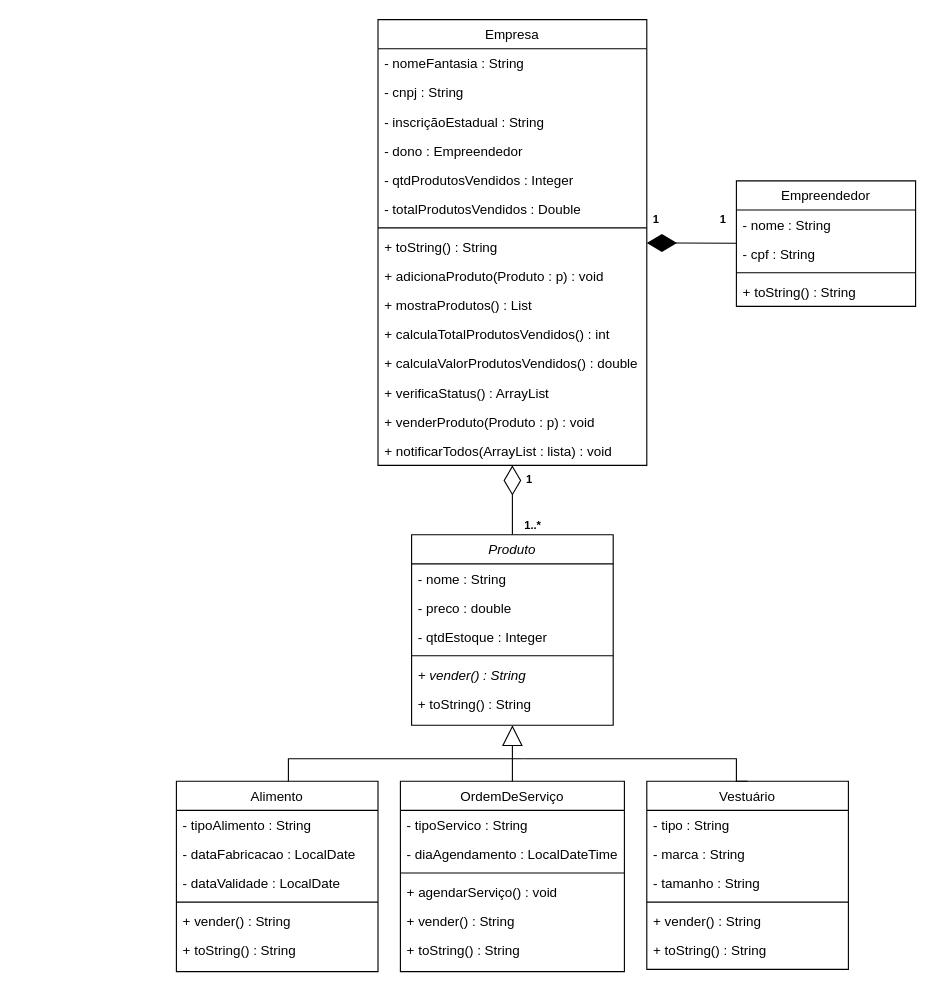
Earlier version of the draw.io diagram page "UML (ON)" (2 of 3) of Diagramas/UML/UML_Sollute.drawio (ogabrielalves/Sollute). Source tidied: cells renumbered, new cells numbered last; positions are measured from the earlier drawing's top-left corner, leaving out a move shared by most shapes. Both pictures are drawn from the tidied source at 112%, with x=0, y=0 at pixel (176, 19).
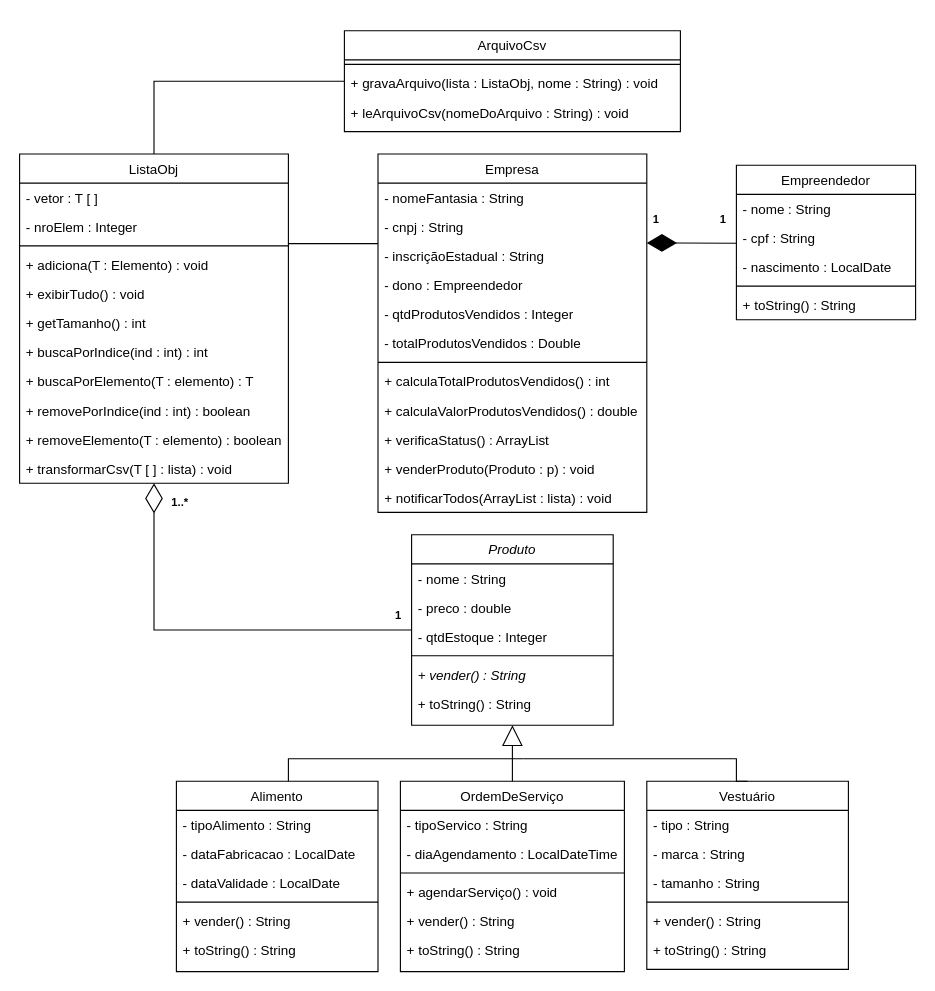
After the change.

Commit message (it also covers changes not shown here):
Adicinando classes ListaObj e ArquivoCsv no UML

Unchanged cells that the change refers to:
```xml
<mxCell id="36" value="- inscriçãoEstadual : String" style="text;align=left;verticalAlign=top;spacingLeft=4;spacingRight=4;overflow=hidden;points=[[0,0.5],[1,0.5]];portConstraint=eastwest;rounded=0;shadow=0;html=0;" parent="33" vertex="1">
  <mxGeometry y="78" width="240" height="26" as="geometry" />
</mxCell>
```

The edit, as a diff of the source:
```diff
@@
-    <mxCell id="23" style="endArrow=diamondThin;endFill=0;endSize=24;html=1;rounded=0;" parent="1" edge="1" source="50" target="33">
-      <mxGeometry relative="1" as="geometry" />
-    </mxCell>
-    <mxCell id="24" value="Empreendedor" style="swimlane;fontStyle=0;align=center;verticalAlign=top;horizontal=1;startSize=26;rounded=0;shadow=0;strokeWidth=1;" parent="1" vertex="1">
-      <mxGeometry x="500" y="144" width="160" height="112" as="geometry" />
-    </mxCell>
-    <mxCell id="25" value="- nome : String" style="text;align=left;verticalAlign=top;spacingLeft=4;spacingRight=4;overflow=hidden;" parent="24" vertex="1">
-      <mxGeometry y="26" width="160" height="26" as="geometry" />
-    </mxCell>
-    <mxCell id="26" value="- cpf : String" style="text;align=left;verticalAlign=top;spacingLeft=4;spacingRight=4;overflow=hidden;rounded=0;shadow=0;html=0;" parent="24" vertex="1">
-      <mxGeometry y="52" width="160" height="26" as="geometry" />
-    </mxCell>
-    <mxCell id="27" style="line;html=1;strokeWidth=1;align=left;verticalAlign=middle;spacingTop=-1;spacingLeft=3;spacingRight=3;labelPosition=right;" parent="24" vertex="1">
-      <mxGeometry y="78" width="160" height="8" as="geometry" />
-    </mxCell>
-    <mxCell id="28" value="+ toString() : String" style="text;align=left;verticalAlign=top;spacingLeft=4;spacingRight=4;overflow=hidden;fontStyle=0;" parent="24" vertex="1">
-      <mxGeometry y="86" width="160" height="26" as="geometry" />
-    </mxCell>
@@
-    <mxCell id="32" style="endArrow=diamondThin;endFill=1;endSize=24;html=1;rounded=0;" parent="1" edge="1" source="24" target="33">
-      <mxGeometry relative="1" as="geometry" />
+    <mxCell id="32" style="endArrow=diamondThin;endFill=1;endSize=24;html=1;rounded=0;" parent="1" edge="1">
+      <mxGeometry relative="1" as="geometry">
+        <mxPoint x="500" y="199.7" as="sourcePoint" />
+        <mxPoint x="420" y="199.4" as="targetPoint" />
+      </mxGeometry>
     </mxCell>
+    <mxCell id="50" value="Produto" style="swimlane;fontStyle=2;align=center;verticalAlign=top;horizontal=1;startSize=26;rounded=0;shadow=0;strokeWidth=1;" parent="1" vertex="1">
+      <mxGeometry x="210" y="460" width="180" height="170" as="geometry" />
+    </mxCell>
+    <mxCell id="51" value="- nome : String" style="text;align=left;verticalAlign=top;spacingLeft=4;spacingRight=4;overflow=hidden;" parent="50" vertex="1">
+      <mxGeometry y="26" width="180" height="26" as="geometry" />
+    </mxCell>
+    <mxCell id="52" value="- preco : double" style="text;align=left;verticalAlign=top;spacingLeft=4;spacingRight=4;overflow=hidden;rounded=0;shadow=0;html=0;" parent="50" vertex="1">
+      <mxGeometry y="52" width="180" height="26" as="geometry" />
+    </mxCell>
+    <mxCell id="53" value="- qtdEstoque : Integer" style="text;align=left;verticalAlign=top;spacingLeft=4;spacingRight=4;overflow=hidden;rounded=0;shadow=0;html=0;" parent="50" vertex="1">
+      <mxGeometry y="78" width="180" height="26" as="geometry" />
+    </mxCell>
+    <mxCell id="54" style="line;html=1;strokeWidth=1;align=left;verticalAlign=middle;spacingTop=-1;spacingLeft=3;spacingRight=3;labelPosition=right;" parent="50" vertex="1">
+      <mxGeometry y="104" width="180" height="8" as="geometry" />
+    </mxCell>
+    <mxCell id="55" value="+ vender() : String" style="text;align=left;verticalAlign=top;spacingLeft=4;spacingRight=4;overflow=hidden;fontStyle=2;" parent="50" vertex="1">
+      <mxGeometry y="112" width="180" height="26" as="geometry" />
+    </mxCell>
+    <mxCell id="56" value="+ toString() : String" style="text;align=left;verticalAlign=top;spacingLeft=4;spacingRight=4;overflow=hidden;fontStyle=0;" parent="50" vertex="1">
+      <mxGeometry y="138" width="180" height="26" as="geometry" />
+    </mxCell>
+    <mxCell id="58" value="1" style="text;html=1;align=center;verticalAlign=middle;strokeColor=none;fillColor=none;fontSize=10;fontStyle=1;" parent="1" vertex="1">
+      <mxGeometry x="420" y="170" width="16" height="16" as="geometry" />
+    </mxCell>
+    <mxCell id="59" value="1" style="text;html=1;align=center;verticalAlign=middle;strokeColor=none;fillColor=none;fontSize=10;fontStyle=1;" parent="1" vertex="1">
+      <mxGeometry x="480" y="170" width="16" height="16" as="geometry" />
+    </mxCell>
+    <mxCell id="60" value="ListaObj" style="swimlane;fontStyle=0;align=center;verticalAlign=top;horizontal=1;startSize=26;rounded=0;shadow=0;strokeWidth=1;gradientColor=none;fillColor=default;" parent="1" vertex="1">
+      <mxGeometry x="-140" y="120" width="240" height="294" as="geometry" />
+    </mxCell>
+    <mxCell id="61" value="- vetor : T [ ] " style="text;align=left;verticalAlign=top;spacingLeft=4;spacingRight=4;overflow=hidden;" parent="60" vertex="1">
+      <mxGeometry y="26" width="240" height="26" as="geometry" />
+    </mxCell>
+    <mxCell id="62" value="- nroElem : Integer" style="text;align=left;verticalAlign=top;spacingLeft=4;spacingRight=4;overflow=hidden;rounded=0;shadow=0;html=0;" parent="60" vertex="1">
+      <mxGeometry y="52" width="240" height="26" as="geometry" />
+    </mxCell>
+    <mxCell id="63" style="line;html=1;strokeWidth=1;align=left;verticalAlign=middle;spacingTop=-1;spacingLeft=3;spacingRight=3;labelPosition=right;" parent="60" vertex="1">
+      <mxGeometry y="78" width="240" height="8" as="geometry" />
+    </mxCell>
+    <mxCell id="64" value="+ adiciona(T : Elemento) : void" style="text;align=left;verticalAlign=top;spacingLeft=4;spacingRight=4;overflow=hidden;fontStyle=0;" parent="60" vertex="1">
+      <mxGeometry y="86" width="240" height="26" as="geometry" />
+    </mxCell>
+    <mxCell id="65" value="+ exibirTudo() : void" style="text;align=left;verticalAlign=top;spacingLeft=4;spacingRight=4;overflow=hidden;fontStyle=0;" parent="60" vertex="1">
+      <mxGeometry y="112" width="240" height="26" as="geometry" />
+    </mxCell>
+    <mxCell id="66" value="+ getTamanho() : int" style="text;align=left;verticalAlign=top;spacingLeft=4;spacingRight=4;overflow=hidden;fontStyle=0;" parent="60" vertex="1">
+      <mxGeometry y="138" width="240" height="26" as="geometry" />
+    </mxCell>
+    <mxCell id="67" value="+ buscaPorIndice(ind : int) : int" style="text;align=left;verticalAlign=top;spacingLeft=4;spacingRight=4;overflow=hidden;fontStyle=0;" parent="60" vertex="1">
+      <mxGeometry y="164" width="240" height="26" as="geometry" />
+    </mxCell>
+    <mxCell id="68" value="+ buscaPorElemento(T : elemento) : T" style="text;align=left;verticalAlign=top;spacingLeft=4;spacingRight=4;overflow=hidden;fontStyle=0;" parent="60" vertex="1">
+      <mxGeometry y="190" width="240" height="26" as="geometry" />
+    </mxCell>
+    <mxCell id="69" value="+ removePorIndice(ind : int) : boolean" style="text;align=left;verticalAlign=top;spacingLeft=4;spacingRight=4;overflow=hidden;fontStyle=0;" parent="60" vertex="1">
+      <mxGeometry y="216" width="240" height="26" as="geometry" />
+    </mxCell>
+    <mxCell id="70" value="+ removeElemento(T : elemento) : boolean" style="text;align=left;verticalAlign=top;spacingLeft=4;spacingRight=4;overflow=hidden;fontStyle=0;" parent="60" vertex="1">
+      <mxGeometry y="242" width="240" height="26" as="geometry" />
+    </mxCell>
+    <mxCell id="71" value="+ transformarCsv(T [ ] : lista) : void" style="text;align=left;verticalAlign=top;spacingLeft=4;spacingRight=4;overflow=hidden;fontStyle=0;" parent="60" vertex="1">
+      <mxGeometry y="268" width="240" height="26" as="geometry" />
+    </mxCell>
+    <mxCell id="72" style="endArrow=diamondThin;endFill=0;endSize=24;html=1;rounded=0;" parent="1" edge="1" source="50" target="60">
+      <mxGeometry relative="1" as="geometry">
+        <Array as="points">
+          <mxPoint x="-20" y="545" />
+        </Array>
+      </mxGeometry>
+    </mxCell>
+    <mxCell id="49" value="1" style="text;html=1;align=center;verticalAlign=middle;strokeColor=none;fillColor=none;fontSize=10;fontStyle=1;" parent="1" vertex="1">
+      <mxGeometry x="190" y="524" width="16" height="16" as="geometry" />
+    </mxCell>
+    <mxCell id="57" value="1..*" style="text;html=1;align=center;verticalAlign=middle;strokeColor=none;fillColor=none;fontSize=10;fontStyle=1;" parent="1" vertex="1">
+      <mxGeometry x="-10" y="423" width="25" height="16" as="geometry" />
+    </mxCell>
     <mxCell id="33" value="Empresa" style="swimlane;fontStyle=0;align=center;verticalAlign=top;horizontal=1;startSize=26;rounded=0;shadow=0;strokeWidth=1;gradientColor=none;" parent="1" vertex="1">
-      <mxGeometry x="180" width="240" height="398" as="geometry" />
+      <mxGeometry x="180" y="120" width="240" height="320" as="geometry" />
     </mxCell>
@@
-    <mxCell id="41" value="+ toString() : String" style="text;align=left;verticalAlign=top;spacingLeft=4;spacingRight=4;overflow=hidden;" parent="33" vertex="1">
-      <mxGeometry y="190" width="240" height="26" as="geometry" />
-    </mxCell>
-    <mxCell id="42" value="+ adicionaProduto(Produto : p) : void" style="text;align=left;verticalAlign=top;spacingLeft=4;spacingRight=4;overflow=hidden;" parent="33" vertex="1">
-      <mxGeometry y="216" width="240" height="26" as="geometry" />
-    </mxCell>
-    <mxCell id="43" value="+ mostraProdutos() : List" style="text;align=left;verticalAlign=top;spacingLeft=4;spacingRight=4;overflow=hidden;" parent="33" vertex="1">
-      <mxGeometry y="242" width="240" height="26" as="geometry" />
-    </mxCell>
     <mxCell id="44" value="+ calculaTotalProdutosVendidos() : int" style="text;align=left;verticalAlign=top;spacingLeft=4;spacingRight=4;overflow=hidden;" parent="33" vertex="1">
-      <mxGeometry y="268" width="240" height="26" as="geometry" />
+      <mxGeometry y="190" width="240" height="26" as="geometry" />
     </mxCell>
     <mxCell id="45" value="+ calculaValorProdutosVendidos() : double" style="text;align=left;verticalAlign=top;spacingLeft=4;spacingRight=4;overflow=hidden;" parent="33" vertex="1">
-      <mxGeometry y="294" width="240" height="26" as="geometry" />
+      <mxGeometry y="216" width="240" height="26" as="geometry" />
     </mxCell>
     <mxCell id="46" value="+ verificaStatus() : ArrayList" style="text;align=left;verticalAlign=top;spacingLeft=4;spacingRight=4;overflow=hidden;" parent="33" vertex="1">
-      <mxGeometry y="320" width="240" height="26" as="geometry" />
+      <mxGeometry y="242" width="240" height="26" as="geometry" />
     </mxCell>
     <mxCell id="47" value="+ venderProduto(Produto : p) : void" style="text;align=left;verticalAlign=top;spacingLeft=4;spacingRight=4;overflow=hidden;" parent="33" vertex="1">
-      <mxGeometry y="346" width="240" height="26" as="geometry" />
+      <mxGeometry y="268" width="240" height="26" as="geometry" />
     </mxCell>
     <mxCell id="48" value="+ notificarTodos(ArrayList : lista) : void" style="text;align=left;verticalAlign=top;spacingLeft=4;spacingRight=4;overflow=hidden;" parent="33" vertex="1">
-      <mxGeometry y="372" width="240" height="26" as="geometry" />
+      <mxGeometry y="294" width="240" height="26" as="geometry" />
     </mxCell>
-    <mxCell id="49" value="1" style="text;html=1;align=center;verticalAlign=middle;strokeColor=none;fillColor=none;fontSize=10;fontStyle=1;" parent="1" vertex="1">
-      <mxGeometry x="307" y="402" width="16" height="16" as="geometry" />
-    </mxCell>
-    <mxCell id="50" value="Produto" style="swimlane;fontStyle=2;align=center;verticalAlign=top;horizontal=1;startSize=26;rounded=0;shadow=0;strokeWidth=1;" parent="1" vertex="1">
-      <mxGeometry x="210" y="460" width="180" height="170" as="geometry" />
-    </mxCell>
-    <mxCell id="51" value="- nome : String" style="text;align=left;verticalAlign=top;spacingLeft=4;spacingRight=4;overflow=hidden;" parent="50" vertex="1">
-      <mxGeometry y="26" width="180" height="26" as="geometry" />
-    </mxCell>
-    <mxCell id="52" value="- preco : double" style="text;align=left;verticalAlign=top;spacingLeft=4;spacingRight=4;overflow=hidden;rounded=0;shadow=0;html=0;" parent="50" vertex="1">
-      <mxGeometry y="52" width="180" height="26" as="geometry" />
-    </mxCell>
-    <mxCell id="53" value="- qtdEstoque : Integer" style="text;align=left;verticalAlign=top;spacingLeft=4;spacingRight=4;overflow=hidden;rounded=0;shadow=0;html=0;" parent="50" vertex="1">
-      <mxGeometry y="78" width="180" height="26" as="geometry" />
-    </mxCell>
-    <mxCell id="54" style="line;html=1;strokeWidth=1;align=left;verticalAlign=middle;spacingTop=-1;spacingLeft=3;spacingRight=3;labelPosition=right;" parent="50" vertex="1">
-      <mxGeometry y="104" width="180" height="8" as="geometry" />
-    </mxCell>
-    <mxCell id="55" value="+ vender() : String" style="text;align=left;verticalAlign=top;spacingLeft=4;spacingRight=4;overflow=hidden;fontStyle=2;" parent="50" vertex="1">
-      <mxGeometry y="112" width="180" height="26" as="geometry" />
-    </mxCell>
-    <mxCell id="56" value="+ toString() : String" style="text;align=left;verticalAlign=top;spacingLeft=4;spacingRight=4;overflow=hidden;fontStyle=0;" parent="50" vertex="1">
-      <mxGeometry y="138" width="180" height="26" as="geometry" />
-    </mxCell>
-    <mxCell id="57" value="1..*" style="text;html=1;align=center;verticalAlign=middle;strokeColor=none;fillColor=none;fontSize=10;fontStyle=1;" parent="1" vertex="1">
-      <mxGeometry x="305.6" y="443" width="25" height="16" as="geometry" />
-    </mxCell>
-    <mxCell id="58" value="1" style="text;html=1;align=center;verticalAlign=middle;strokeColor=none;fillColor=none;fontSize=10;fontStyle=1;" parent="1" vertex="1">
-      <mxGeometry x="420" y="170" width="16" height="16" as="geometry" />
-    </mxCell>
-    <mxCell id="59" value="1" style="text;html=1;align=center;verticalAlign=middle;strokeColor=none;fillColor=none;fontSize=10;fontStyle=1;" parent="1" vertex="1">
-      <mxGeometry x="480" y="170" width="16" height="16" as="geometry" />
-    </mxCell>
+    <mxCell id="24" value="Empreendedor" style="swimlane;fontStyle=0;align=center;verticalAlign=top;horizontal=1;startSize=26;rounded=0;shadow=0;strokeWidth=1;" parent="1" vertex="1">
+      <mxGeometry x="500" y="130" width="160" height="138" as="geometry" />
+    </mxCell>
+    <mxCell id="25" value="- nome : String" style="text;align=left;verticalAlign=top;spacingLeft=4;spacingRight=4;overflow=hidden;" parent="24" vertex="1">
+      <mxGeometry y="26" width="160" height="26" as="geometry" />
+    </mxCell>
+    <mxCell id="26" value="- cpf : String" style="text;align=left;verticalAlign=top;spacingLeft=4;spacingRight=4;overflow=hidden;rounded=0;shadow=0;html=0;" parent="24" vertex="1">
+      <mxGeometry y="52" width="160" height="26" as="geometry" />
+    </mxCell>
+    <mxCell id="73" value="- nascimento : LocalDate" style="text;align=left;verticalAlign=top;spacingLeft=4;spacingRight=4;overflow=hidden;rounded=0;shadow=0;html=0;" parent="24" vertex="1">
+      <mxGeometry y="78" width="160" height="26" as="geometry" />
+    </mxCell>
+    <mxCell id="74" style="line;html=1;strokeWidth=1;align=left;verticalAlign=middle;spacingTop=-1;spacingLeft=3;spacingRight=3;labelPosition=right;" parent="24" vertex="1">
+      <mxGeometry y="104" width="160" height="8" as="geometry" />
+    </mxCell>
+    <mxCell id="28" value="+ toString() : String" style="text;align=left;verticalAlign=top;spacingLeft=4;spacingRight=4;overflow=hidden;fontStyle=0;" parent="24" vertex="1">
+      <mxGeometry y="112" width="160" height="26" as="geometry" />
+    </mxCell>
+    <mxCell id="75" value="ArquivoCsv" style="swimlane;fontStyle=0;align=center;verticalAlign=top;horizontal=1;startSize=26;rounded=0;shadow=0;strokeWidth=1;fillColor=default;" parent="1" vertex="1">
+      <mxGeometry x="150" y="10" width="300" height="90" as="geometry" />
+    </mxCell>
+    <mxCell id="76" style="line;html=1;strokeWidth=1;align=left;verticalAlign=middle;spacingTop=-1;spacingLeft=3;spacingRight=3;labelPosition=right;" parent="75" vertex="1">
+      <mxGeometry y="26" width="300" height="8" as="geometry" />
+    </mxCell>
+    <mxCell id="77" value="+ gravaArquivo(lista : ListaObj, nome : String) : void" style="text;align=left;verticalAlign=top;spacingLeft=4;spacingRight=4;overflow=hidden;fontStyle=0;" parent="75" vertex="1">
+      <mxGeometry y="34" width="300" height="26" as="geometry" />
+    </mxCell>
+    <mxCell id="78" value="+ leArquivoCsv(nomeDoArquivo : String) : void" style="text;align=left;verticalAlign=top;spacingLeft=4;spacingRight=4;overflow=hidden;fontStyle=0;" parent="75" vertex="1">
+      <mxGeometry y="60" width="300" height="26" as="geometry" />
+    </mxCell>
+    <mxCell id="79" style="endArrow=none;html=1;rounded=0;entryX=0;entryY=0.077;entryDx=0;entryDy=0;entryPerimeter=0;" parent="1" edge="1" target="36">
+      <mxGeometry relative="1" as="geometry">
+        <mxPoint x="100" y="200" as="sourcePoint" />
+      </mxGeometry>
+    </mxCell>
+    <mxCell id="80" style="endArrow=none;html=1;rounded=0;" parent="1" edge="1" source="60" target="75">
+      <mxGeometry relative="1" as="geometry">
+        <Array as="points">
+          <mxPoint x="-20" y="55" />
+        </Array>
+      </mxGeometry>
+    </mxCell>
```
